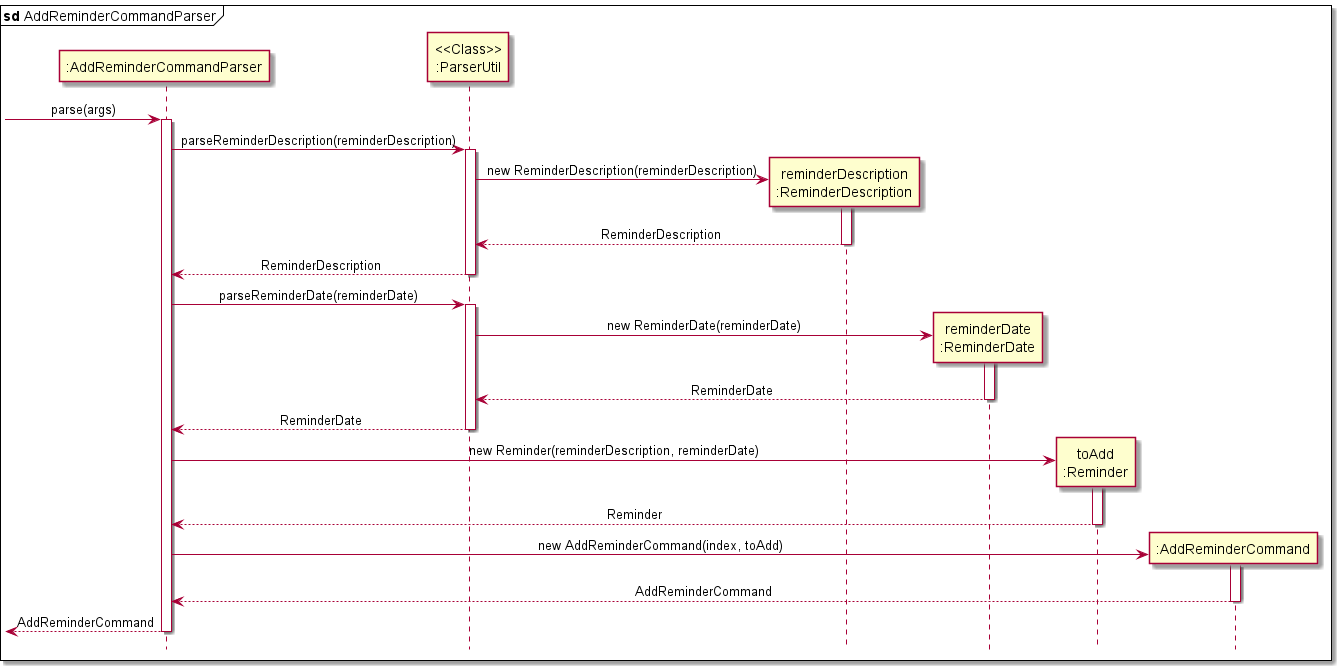
This is docs/images/AddReminderCommandParserSeqDiagram.png from pyk595/tp, a PlantUML export, as it was before one commit.
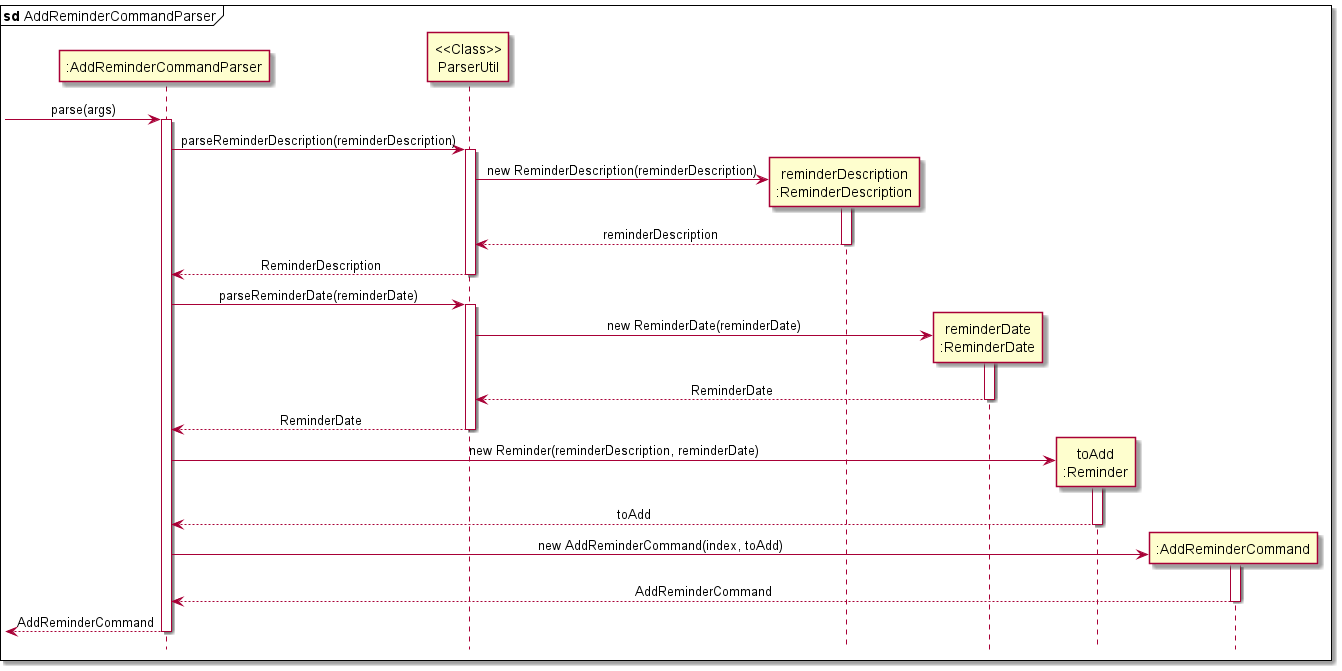
Above is the later version.

What changed in the source:
```diff
@@ -12,7 +12,7 @@
 }
 
 participant ":AddReminderCommandParser" as AddReminderCommandParser
-participant "<<Class>>\n:ParserUtil" as ParserUtil
+participant "<<Class>>\nParserUtil" as ParserUtil
 participant "reminderDescription\n:ReminderDescription" as ReminderDescription
 participant "reminderDate\n:ReminderDate" as ReminderDate
 participant "toAdd\n:Reminder" as Reminder
@@ -28,7 +28,7 @@
 ParserUtil -> ReminderDescription : new ReminderDescription(reminderDescription)
 activate ReminderDescription
 
-ReminderDescription --> ParserUtil : ReminderDescription
+ReminderDescription --> ParserUtil: reminderDescription
 deactivate ReminderDescription
 
 ParserUtil --> AddReminderCommandParser : ReminderDescription
@@ -51,7 +51,7 @@
 AddReminderCommandParser -> Reminder : new Reminder(reminderDescription, reminderDate)
 activate Reminder
 
-Reminder --> AddReminderCommandParser : Reminder
+Reminder --> AddReminderCommandParser: toAdd
 deactivate Reminder
 
 create AddReminderCommand
```
